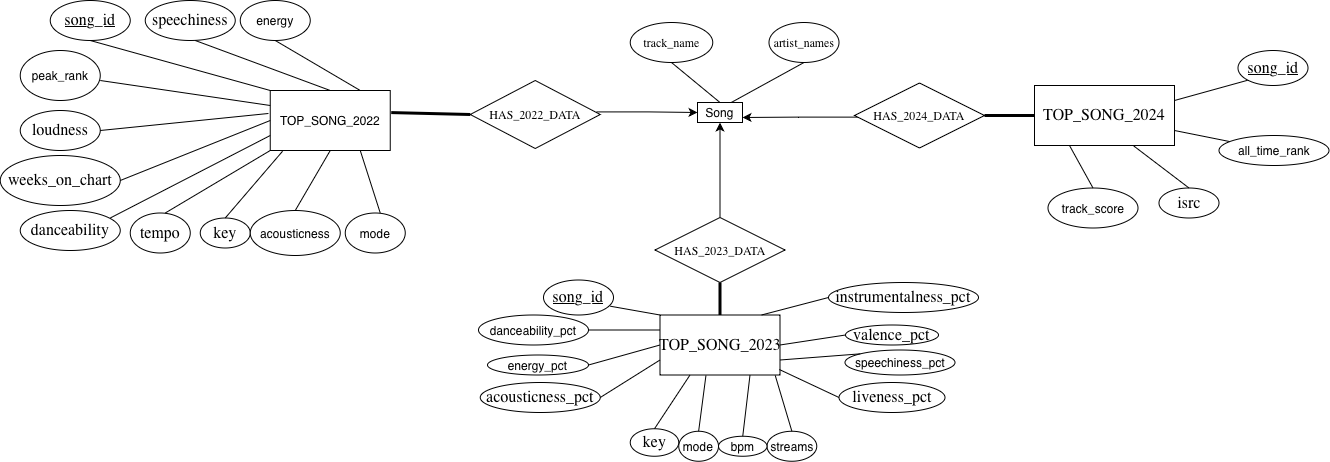
Above: ERdiagram.png in MANYAdsci/CPSC368-project (draw.io), before the change. Source tidied: cells renumbered, new cells last; positions are measured from the earlier drawing's top-left corner, leaving out a move shared by most shapes.
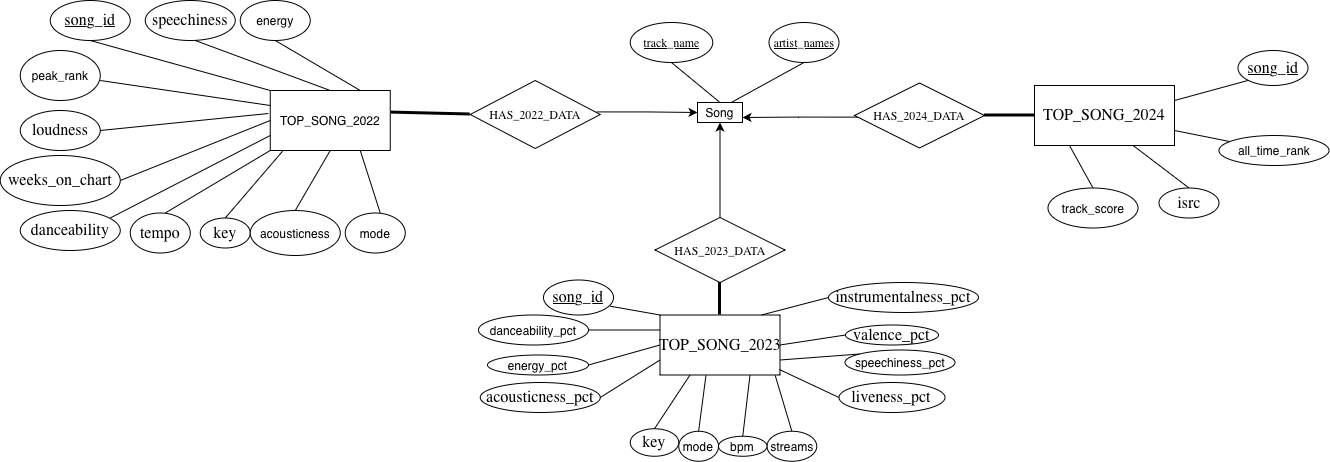
After the commit.

What changed in the source:
```diff
@@ -17,10 +17,10 @@
     <mxCell id="6" value="&lt;font&gt;Song&lt;/font&gt;" style="rounded=0;whiteSpace=wrap;html=1;" parent="1" vertex="1">
       <mxGeometry x="697" y="102" width="45" height="20" as="geometry" />
     </mxCell>
-    <mxCell id="7" value="&lt;span style=&quot;font-family: -webkit-standard; text-align: start;&quot;&gt;&lt;font&gt;track_name&lt;/font&gt;&lt;/span&gt;" style="ellipse;whiteSpace=wrap;html=1;" parent="1" vertex="1">
+    <mxCell id="7" value="&lt;span style=&quot;font-family: -webkit-standard; text-align: start;&quot;&gt;&lt;font&gt;track_name&lt;/font&gt;&lt;/span&gt;" style="ellipse;whiteSpace=wrap;html=1;fontStyle=4;" parent="1" vertex="1">
       <mxGeometry x="629.8" y="22" width="82.5" height="40" as="geometry" />
     </mxCell>
-    <mxCell id="8" value="&lt;span style=&quot;font-family: -webkit-standard; text-align: start;&quot;&gt;&lt;font&gt;artist_names&lt;/font&gt;&lt;/span&gt;" style="ellipse;whiteSpace=wrap;html=1;" parent="1" vertex="1">
+    <mxCell id="8" value="&lt;span style=&quot;font-family: -webkit-standard; text-align: start;&quot;&gt;&lt;font&gt;artist_names&lt;/font&gt;&lt;/span&gt;" style="ellipse;whiteSpace=wrap;html=1;fontStyle=4;" parent="1" vertex="1">
       <mxGeometry x="768.5" y="22" width="70" height="40" as="geometry" />
     </mxCell>
     <mxCell id="9" style="endArrow=none;html=1;rounded=0;exitX=0.75;exitY=0;exitDx=0;exitDy=0;entryX=0.5;entryY=1;entryDx=0;entryDy=0;" parent="1" edge="1" source="6" target="8">
```
